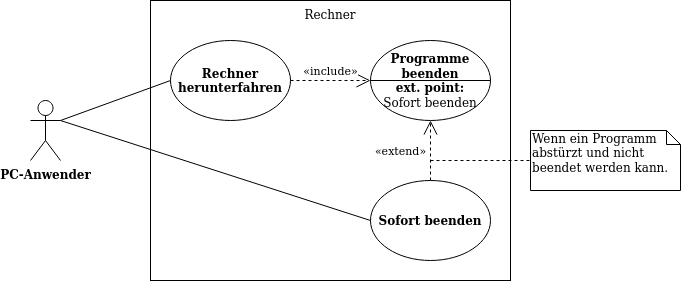
Before: dokumentation/images/uml/rechner-herunterfahren.png, a diagram exported from draw.io (morrigan-dev/mail-to-pdf). Source tidied: cells renumbered, new cells last; positions are measured from the earlier drawing's top-left corner, leaving out a move shared by most shapes.
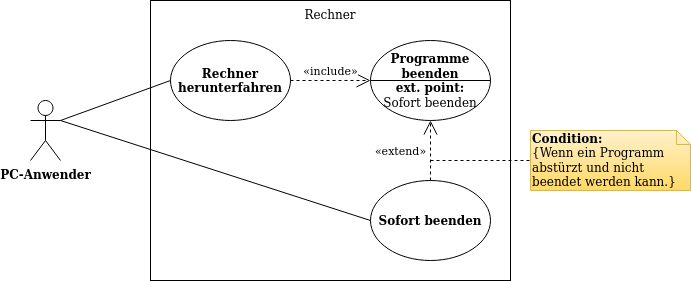
The same diagram one commit later.

Commit message:
Korrigiert Fehler in UML Diagramme Übersicht.

The edit, as a diff of the source:
```diff
@@ -34,8 +34,8 @@
         <mxPoint x="340" y="80" as="sourcePoint" />
       </mxGeometry>
     </mxCell>
-    <mxCell id="12" value="Wenn ein Programm abstürzt und nicht beendet werden kann." style="shape=note;whiteSpace=wrap;html=1;size=14;verticalAlign=top;align=left;spacingTop=-6;" parent="1" vertex="1">
-      <mxGeometry x="500" y="130" width="150" height="60" as="geometry" />
+    <mxCell id="12" value="&lt;div&gt;&lt;b&gt;Condition:&lt;/b&gt;&lt;br&gt;&lt;/div&gt;&lt;div&gt;{Wenn ein Programm abstürzt und nicht beendet werden kann.}&lt;/div&gt;" style="shape=note;whiteSpace=wrap;html=1;size=14;verticalAlign=top;align=left;spacingTop=-6;gradientColor=#ffd966;fillColor=#fff2cc;strokeColor=#d6b656;" parent="1" vertex="1">
+      <mxGeometry x="500" y="130" width="160" height="60" as="geometry" />
     </mxCell>
     <mxCell id="13" style="endArrow=none;dashed=1;html=1;strokeColor=#000000;entryX=0;entryY=0.5;entryDx=0;entryDy=0;entryPerimeter=0;" parent="1" edge="1" target="12">
       <mxGeometry relative="1" as="geometry">
```
